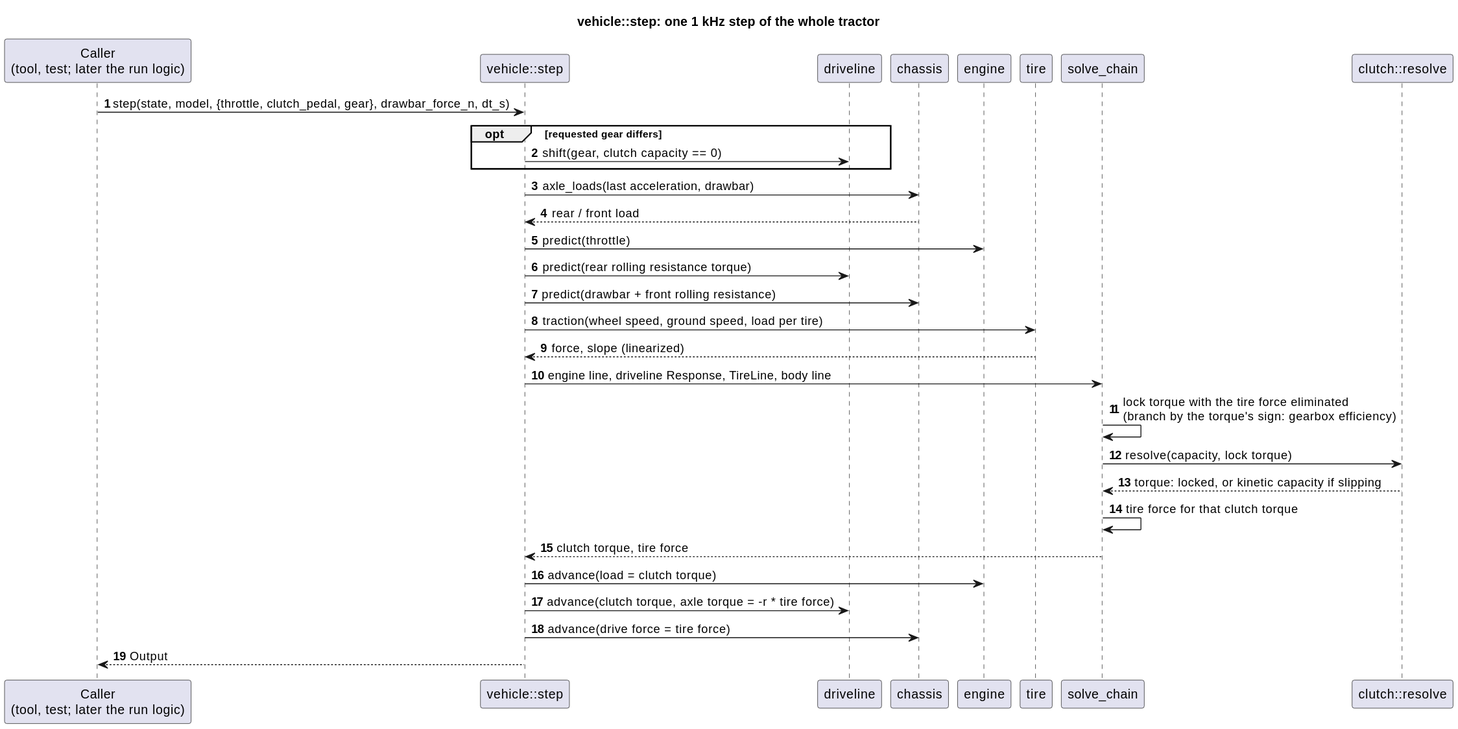
The PlantUML diagram docs/diagrams/svg/vehicle_step_sequence.svg in wversteeg/TractorPulling, before a commit.
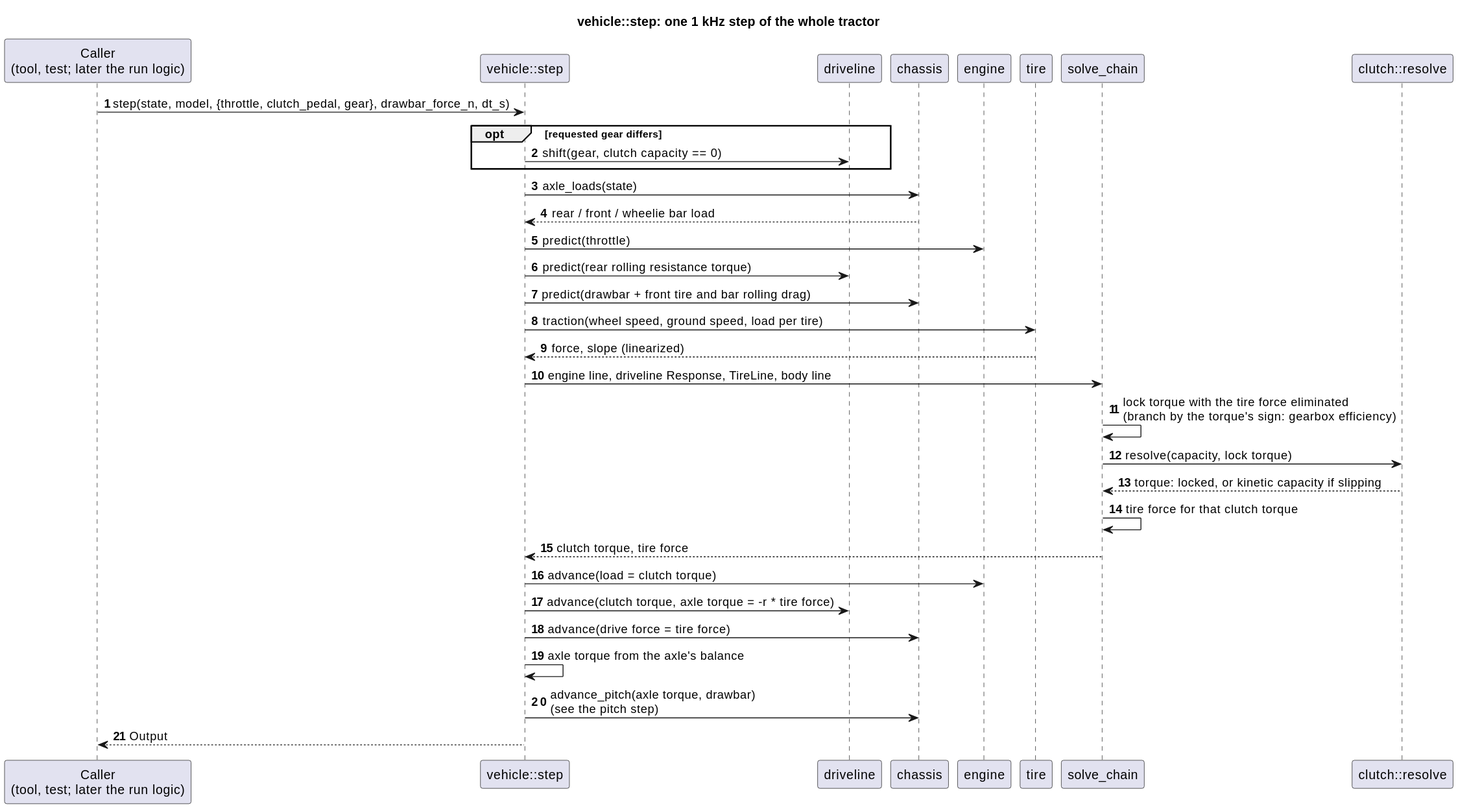
Above is the later version.

Commit message:
Document pitch: diagrams, conventions and architecture

Change to the diagram source:
```diff
@@ -14,11 +14,11 @@
 opt requested gear differs
   Step -> Driveline : shift(gear, clutch capacity == 0)
 end
-Step -> Chassis : axle_loads(last acceleration, drawbar)
-Chassis --> Step : rear / front load
+Step -> Chassis : axle_loads(state)
+Chassis --> Step : rear / front / wheelie bar load
 Step -> Engine : predict(throttle)
 Step -> Driveline : predict(rear rolling resistance torque)
-Step -> Chassis : predict(drawbar + front rolling resistance)
+Step -> Chassis : predict(drawbar + front tire and bar rolling drag)
 Step -> Tire : traction(wheel speed, ground speed, load per tire)
 Tire --> Step : force, slope (linearized)
 Step -> Solve : engine line, driveline Response, TireLine, body line
@@ -30,5 +30,7 @@
 Step -> Engine : advance(load = clutch torque)
 Step -> Driveline : advance(clutch torque, axle torque = -r * tire force)
 Step -> Chassis : advance(drive force = tire force)
+Step -> Step : axle torque from the axle's balance
+Step -> Chassis : advance_pitch(axle torque, drawbar)\n(see the pitch step)
 Step --> Caller : Output
 @enduml
```
